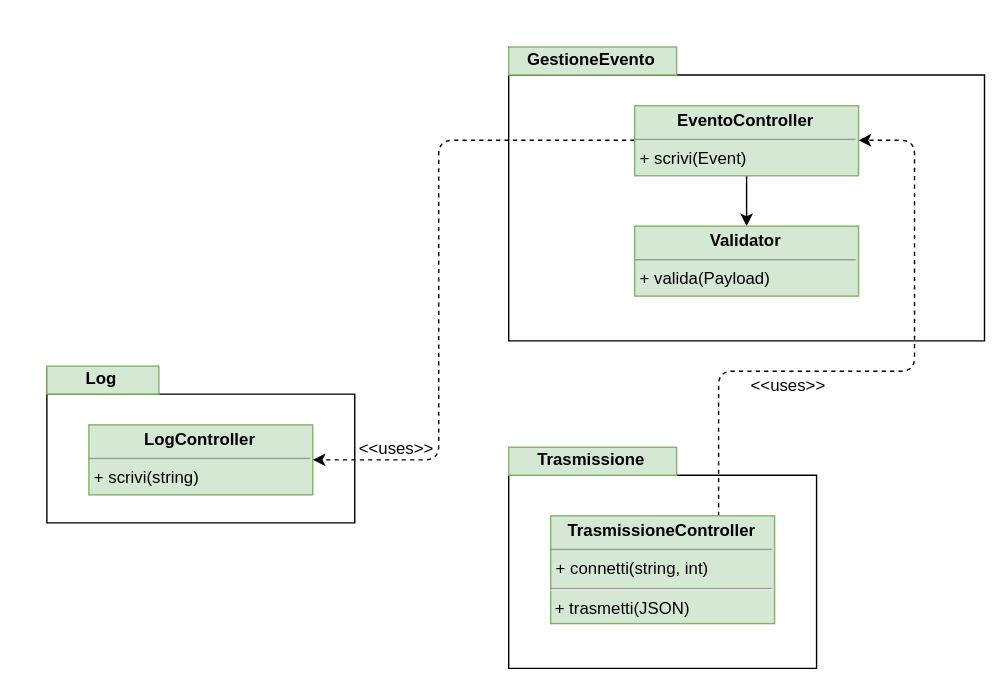
The draw.io diagram resources/DiagrammaClassiSistema.svg in Leaaaf/weatherment.io, before a commit. Source tidied: cells renumbered, new cells last; positions are measured from the earlier drawing's top-left corner, leaving out a move shared by most shapes.
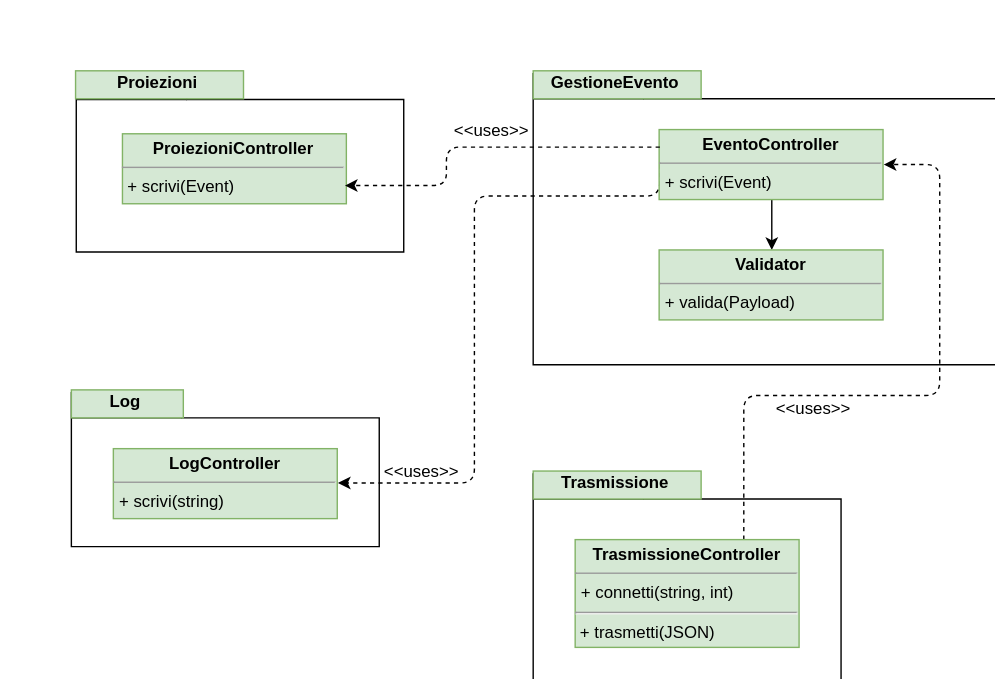
The same diagram one commit later.

Commit message:
Added proiezioni package and classes

Change to the diagram source:
```diff
@@ -23,8 +23,9 @@
     <mxCell id="8" style="edgeStyle=orthogonalEdgeStyle;rounded=1;jettySize=auto;html=1;exitX=0;exitY=0.5;exitDx=0;exitDy=0;entryX=1;entryY=0.5;entryDx=0;entryDy=0;dashed=1;" parent="1" edge="1" source="9" target="4">
       <mxGeometry relative="1" as="geometry">
         <Array as="points">
-          <mxPoint x="280" y="67" />
-          <mxPoint x="280" y="295" />
+          <mxPoint x="419.5" y="90" />
+          <mxPoint x="288.5" y="90" />
+          <mxPoint x="288.5" y="295" />
         </Array>
       </mxGeometry>
     </mxCell>
@@ -58,5 +59,25 @@
     <mxCell id="16" value="&amp;lt;&amp;lt;uses&amp;gt;&amp;gt;" style="text;html=1;strokeColor=none;fillColor=none;align=center;verticalAlign=middle;whiteSpace=wrap;rounded=0;" parent="1" vertex="1">
       <mxGeometry x="510" y="231" width="40" height="20" as="geometry" />
     </mxCell>
+    <mxCell id="17" style="shape=folder;fontStyle=1;spacingTop=10;tabWidth=79;tabHeight=18;tabPosition=left;html=1;" parent="1" vertex="1">
+      <mxGeometry x="3.5" y="2.5" width="234" height="127" as="geometry" />
+    </mxCell>
+    <mxCell id="18" value="Proiezioni" style="text;align=center;fontStyle=1;verticalAlign=middle;spacingLeft=3;spacingRight=3;strokeColor=#82b366;fillColor=#d5e8d4;" parent="1" vertex="1">
+      <mxGeometry x="3" width="120" height="20" as="geometry" />
+    </mxCell>
+    <mxCell id="19" value="&lt;p style=&quot;margin: 0px ; margin-top: 4px ; text-align: center&quot;&gt;&lt;b&gt;ProiezioniController&lt;/b&gt;&lt;/p&gt;&lt;hr size=&quot;1&quot;&gt;&lt;p style=&quot;margin: 0px ; margin-left: 4px&quot;&gt;+ scrivi(Event)&lt;/p&gt;" style="verticalAlign=top;align=left;overflow=fill;fontSize=12;fontFamily=Helvetica;html=1;fillColor=#d5e8d4;strokeColor=#82b366;" parent="1" vertex="1">
+      <mxGeometry x="36.5" y="45" width="160" height="50" as="geometry" />
+    </mxCell>
+    <mxCell id="20" value="&amp;lt;&amp;lt;uses&amp;gt;&amp;gt;" style="text;html=1;strokeColor=none;fillColor=none;align=center;verticalAlign=middle;whiteSpace=wrap;rounded=0;" parent="1" vertex="1">
+      <mxGeometry x="280" y="32" width="40" height="20" as="geometry" />
+    </mxCell>
+    <mxCell id="21" style="edgeStyle=orthogonalEdgeStyle;rounded=1;jettySize=auto;html=1;exitX=0;exitY=0.25;exitDx=0;exitDy=0;dashed=1;entryX=1;entryY=0.75;entryDx=0;entryDy=0;" parent="1" edge="1" source="9" target="19">
+      <mxGeometry relative="1" as="geometry">
+        <Array as="points">
+          <mxPoint x="268.5" y="54" />
+          <mxPoint x="268.5" y="83" />
+        </Array>
+      </mxGeometry>
+    </mxCell>
   </root>
 </mxGraphModel>
```
